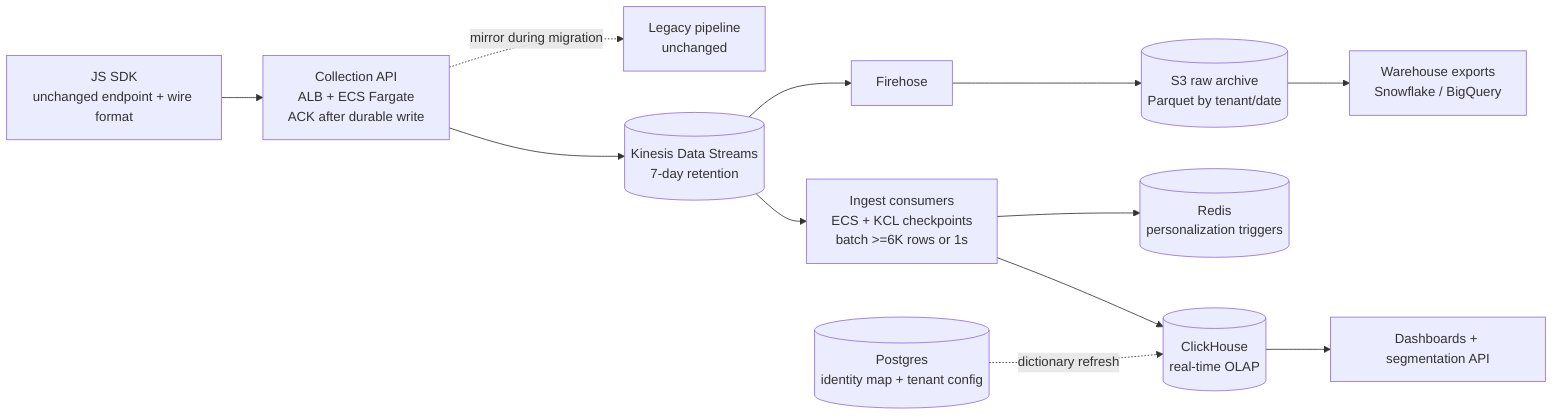
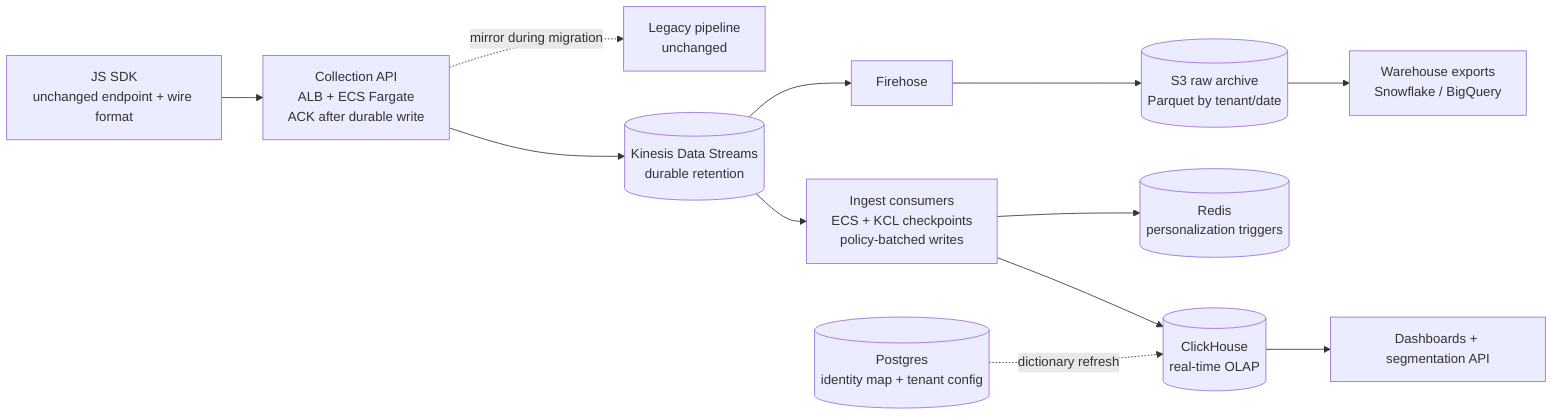
flowchart LR
  SDK["JS SDK\nunchanged endpoint + wire format"] --> COL["Collection API\nALB + ECS Fargate\nACK after durable write"]
-   COL --> KDS[("Kinesis Data Streams\n7-day retention")]
+   COL --> KDS[("Kinesis Data Streams\ndurable retention")]
  COL -. "mirror during migration" .-> LEGACY["Legacy pipeline\nunchanged"]

-   KDS --> CONS["Ingest consumers\nECS + KCL checkpoints\nbatch >=6K rows or 1s"]
+   KDS --> CONS["Ingest consumers\nECS + KCL checkpoints\npolicy-batched writes"]
  KDS --> FH["Firehose"]
  FH --> S3[("S3 raw archive\nParquet by tenant/date")]

  CONS --> CH[("ClickHouse\nreal-time OLAP")]
  CONS --> REDIS[("Redis\npersonalization triggers")]

  CH --> DASH["Dashboards + segmentation API"]
  S3 --> EXPORT["Warehouse exports\nSnowflake / BigQuery"]
  PG[("Postgres\nidentity map + tenant config")] -. "dictionary refresh" .-> CH
